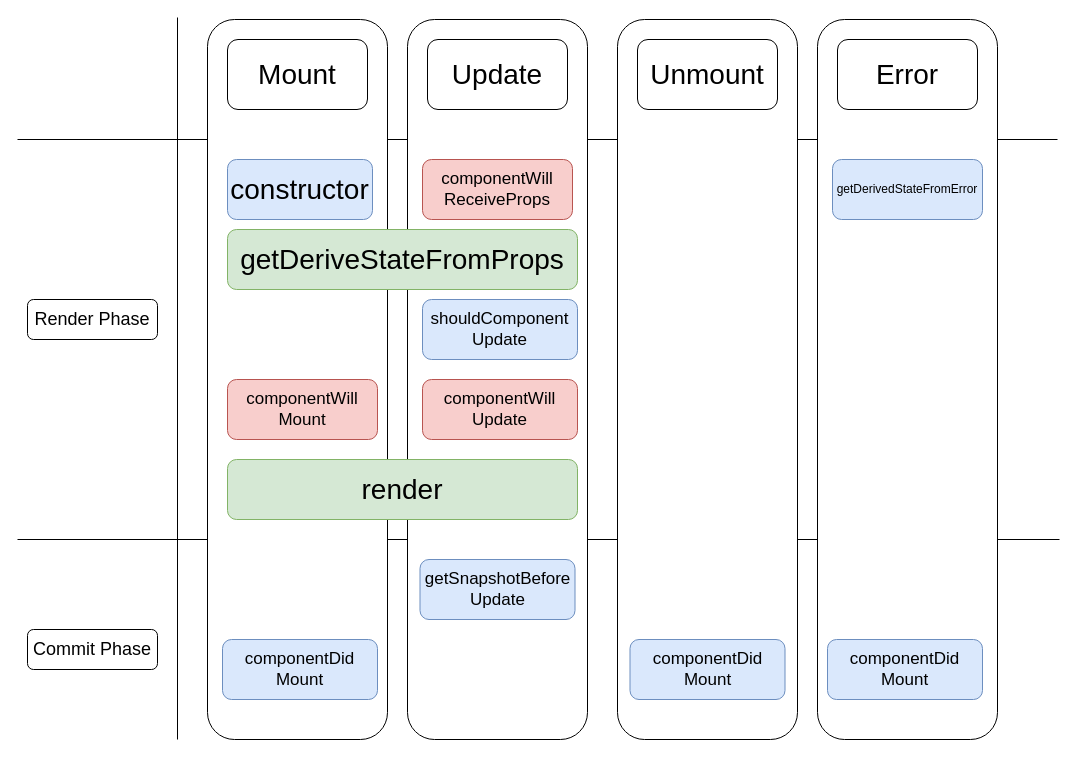
Earlier version of the draw.io diagram js/Untitled Diagram.drawio (keidarcy/snippets). Source tidied: cells renumbered, new cells numbered last; positions are measured from the earlier drawing's top-left corner, leaving out a move shared by most shapes. Both pictures are drawn from the tidied source at 100%, with x=0, y=0 at pixel (17, 17).
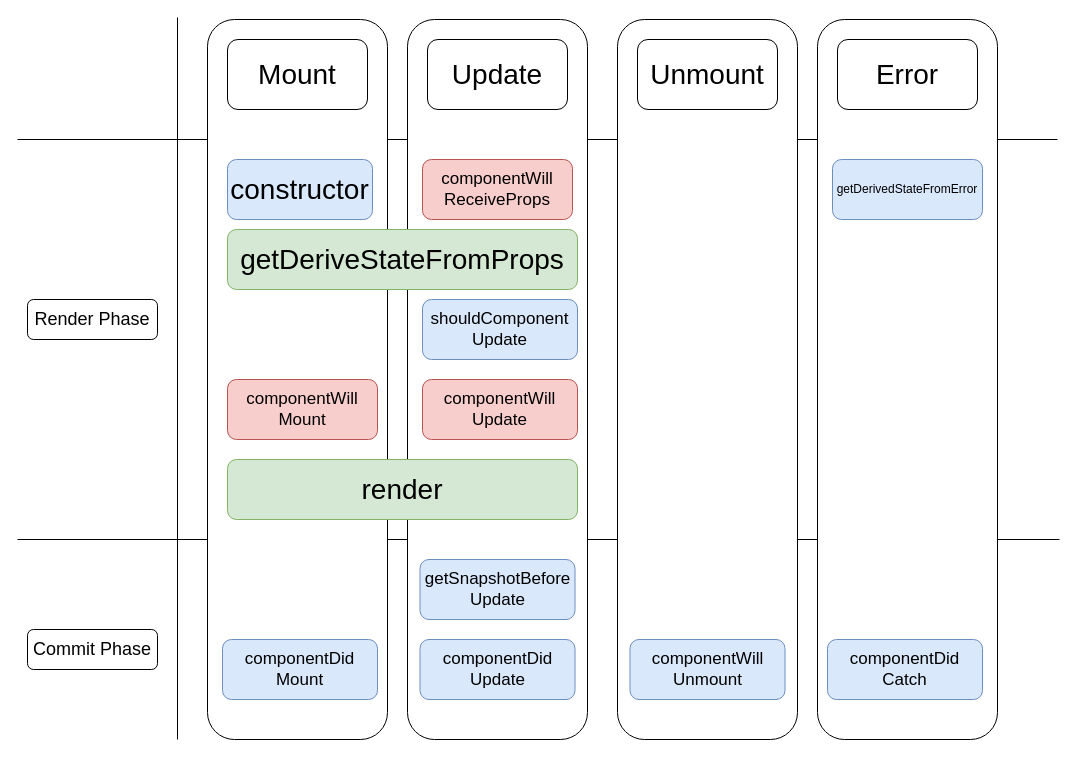
Above is the later version.

Change to the diagram source:
```diff
@@
-    <mxCell id="25" value="&lt;span style=&quot;font-size: 17px&quot;&gt;componentDid&lt;br&gt;Mount&lt;br&gt;&lt;/span&gt;" style="rounded=1;whiteSpace=wrap;html=1;glass=0;fillColor=#dae8fc;strokeColor=#6c8ebf;" parent="1" vertex="1">
+    <mxCell id="25" value="&lt;span style=&quot;font-size: 17px&quot;&gt;componentWill&lt;br&gt;Unmount&lt;br&gt;&lt;/span&gt;" style="rounded=1;whiteSpace=wrap;html=1;glass=0;fillColor=#dae8fc;strokeColor=#6c8ebf;" parent="1" vertex="1">
       <mxGeometry x="612.5" y="622" width="155" height="60" as="geometry" />
     </mxCell>
-    <mxCell id="26" value="&lt;span style=&quot;font-size: 17px&quot;&gt;componentDid&lt;br&gt;Mount&lt;br&gt;&lt;/span&gt;" style="rounded=1;whiteSpace=wrap;html=1;glass=0;fillColor=#dae8fc;strokeColor=#6c8ebf;" parent="1" vertex="1">
+    <mxCell id="26" value="&lt;span style=&quot;font-size: 17px&quot;&gt;componentDid&lt;br&gt;Catch&lt;br&gt;&lt;/span&gt;" style="rounded=1;whiteSpace=wrap;html=1;glass=0;fillColor=#dae8fc;strokeColor=#6c8ebf;" parent="1" vertex="1">
       <mxGeometry x="810" y="622" width="155" height="60" as="geometry" />
     </mxCell>
+    <mxCell id="27" value="&lt;span style=&quot;font-size: 17px&quot;&gt;componentDid&lt;br&gt;Update&lt;br&gt;&lt;/span&gt;" style="rounded=1;whiteSpace=wrap;html=1;glass=0;fillColor=#dae8fc;strokeColor=#6c8ebf;" parent="1" vertex="1">
+      <mxGeometry x="402.5" y="622" width="155" height="60" as="geometry" />
+    </mxCell>
```
